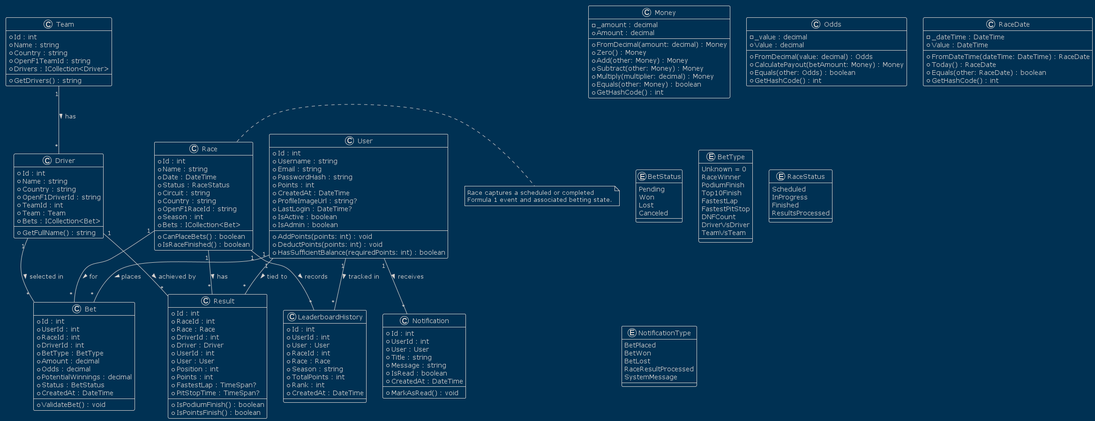
micjaw310589/f1-betting-game keeps this PlantUML diagram as docs/architecture/F1BettingGame_DomainModel.png. Above is the earlier version.
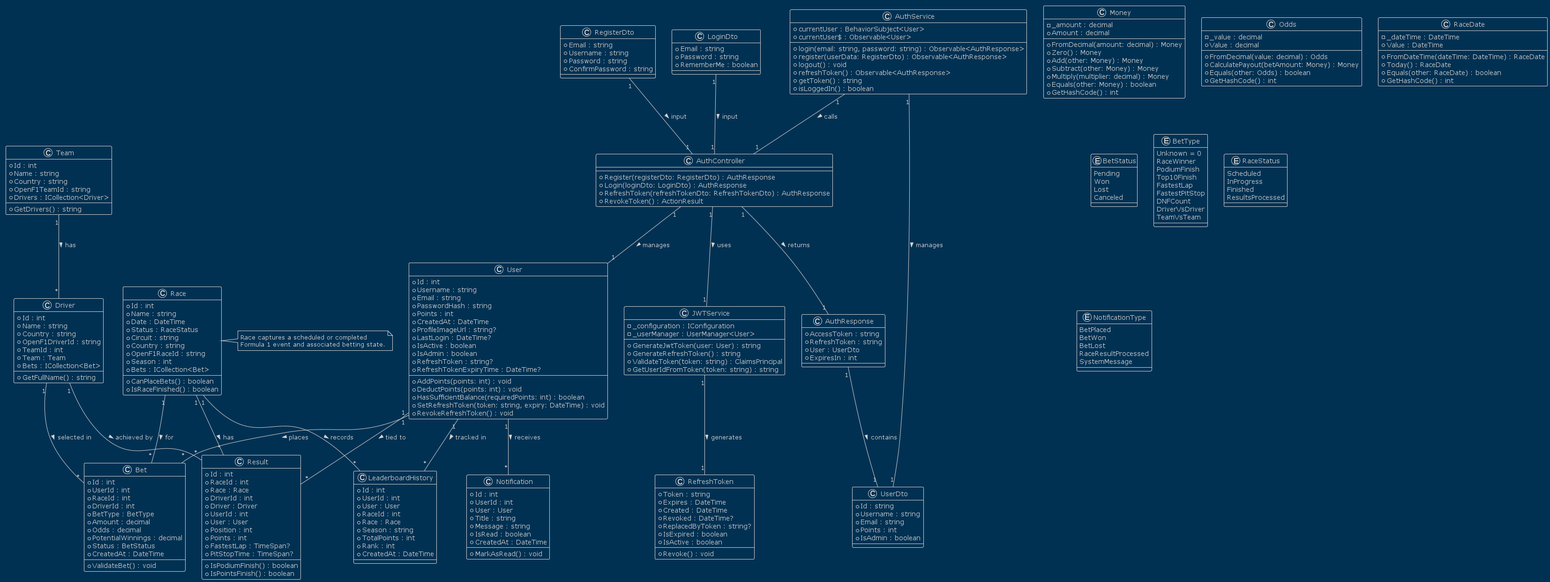
The same file after the commit.

The edit, as a diff of the source:
```diff
@@ -42,10 +42,83 @@
   + LastLogin : DateTime?
   + IsActive : boolean
   + IsAdmin : boolean
+  + RefreshToken : string?
+  + RefreshTokenExpiryTime : DateTime?
   --
   + AddPoints(points: int) : void
   + DeductPoints(points: int) : void
   + HasSufficientBalance(requiredPoints: int) : boolean
+  + SetRefreshToken(token: string, expiry: DateTime) : void
+  + RevokeRefreshToken() : void
+}
+
+class AuthController {
+  + Register(registerDto: RegisterDto) : AuthResponse
+  + Login(loginDto: LoginDto) : AuthResponse
+  + RefreshToken(refreshTokenDto: RefreshTokenDto) : AuthResponse
+  + RevokeToken() : ActionResult
+}
+
+class JWTService {
+  - _configuration : IConfiguration
+  - _userManager : UserManager<User>
+  --
+  + GenerateJwtToken(user: User) : string
+  + GenerateRefreshToken() : string
+  + ValidateToken(token: string) : ClaimsPrincipal
+  + GetUserIdFromToken(token: string) : string
+}
+
+class RefreshToken {
+  + Token : string
+  + Expires : DateTime
+  + Created : DateTime
+  + Revoked : DateTime?
+  + ReplacedByToken : string?
+  + IsExpired : boolean
+  + IsActive : boolean
+  --
+  + Revoke() : void
+}
+
+class AuthService {
+  + currentUser : BehaviorSubject<User>
+  + currentUser$ : Observable<User>
+  --
+  + login(email: string, password: string) : Observable<AuthResponse>
+  + register(userData: RegisterDto) : Observable<AuthResponse>
+  + logout() : void
+  + refreshToken() : Observable<AuthResponse>
+  + getToken() : string
+  + isLoggedIn() : boolean
+}
+
+class RegisterDto {
+  + Email : string
+  + Username : string
+  + Password : string
+  + ConfirmPassword : string
+}
+
+class LoginDto {
+  + Email : string
+  + Password : string
+  + RememberMe : boolean
+}
+
+class AuthResponse {
+  + AccessToken : string
+  + RefreshToken : string
+  + User : UserDto
+  + ExpiresIn : int
+}
+
+class UserDto {
+  + Id : string
+  + Username : string
+  + Email : string
+  + Points : int
+  + IsAdmin : boolean
 }
 
 class Race {
@@ -186,6 +259,16 @@
 Driver "1" -- "*" Bet : selected in >
 Driver "1" -- "*" Result : achieved by >
 
+AuthController "1" -- "1" JWTService : uses >
+AuthController "1" -- "1" User : manages >
+JWTService "1" -- "1" RefreshToken : generates >
+AuthService "1" -- "1" AuthController : calls >
+AuthService "1" -- "1" UserDto : manages >
+RegisterDto "1" -- "1" AuthController : input >
+LoginDto "1" -- "1" AuthController : input >
+AuthController "1" -- "1" AuthResponse : returns >
+AuthResponse "1" -- "1" UserDto : contains >
+
 note right of Race
   Race captures a scheduled or completed
   Formula 1 event and associated betting state.
```
